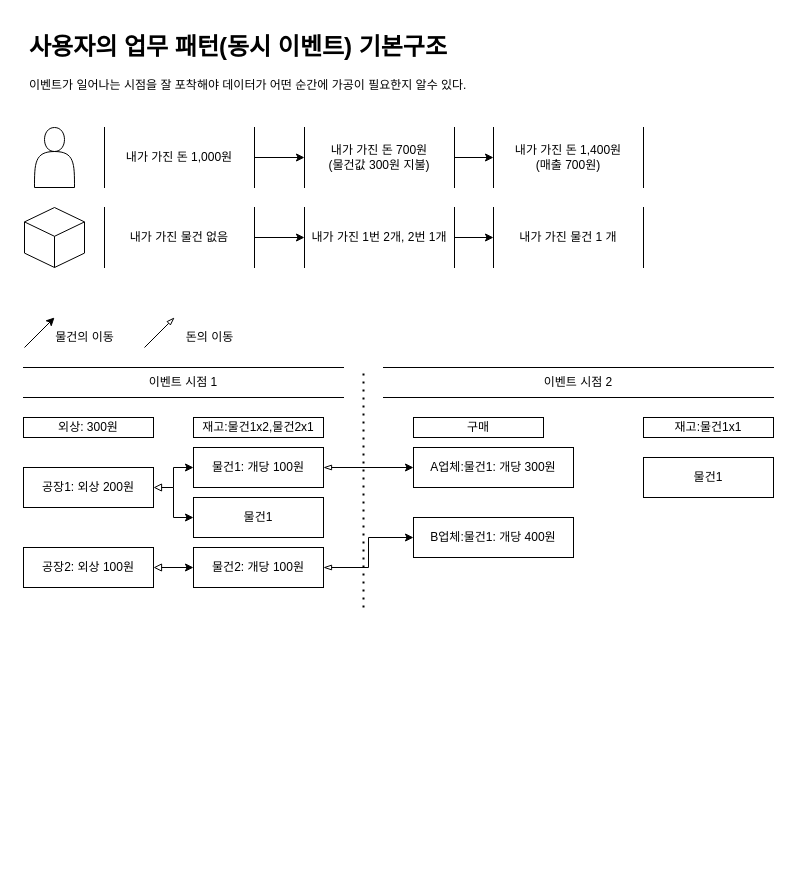
ndism/baco2 keeps this draw.io diagram as page "Page-2" (2 of 2) of git_바코플로우.drawio. Above is the earlier version. Source tidied: cells renumbered, new cells numbered last; positions are measured from the earlier drawing's top-left corner, leaving out a move shared by most shapes. Both pictures are drawn from the tidied source at 100%, with x=0, y=0 at pixel (23, 27).
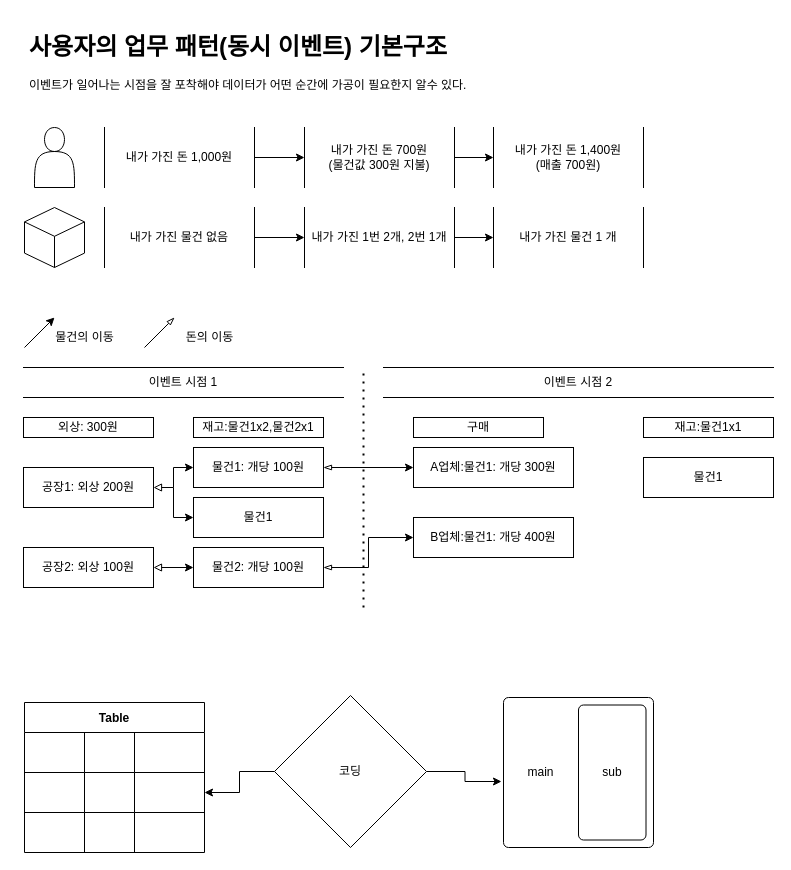
The same page after the edit.

Commit message:
Update git_바코플로우.drawio

Change to the diagram source:
```diff
@@
+    <mxCell id="40" value="Table" style="shape=table;startSize=30;childLayout=tableLayout;fontStyle=1;align=center;" parent="1" vertex="1">
+      <mxGeometry x="1" y="675" width="180" height="150" as="geometry" />
+    </mxCell>
+    <mxCell id="41" style="shape=partialRectangle;html=1;whiteSpace=wrap;fillColor=none;top=0;left=0;bottom=0;right=0;" parent="40" vertex="1">
+      <mxGeometry y="30" width="180" height="40" as="geometry" />
+    </mxCell>
+    <mxCell id="42" style="shape=partialRectangle;html=1;whiteSpace=wrap;fillColor=none;top=0;left=0;bottom=0;right=0;overflow=hidden;" parent="41" vertex="1">
+      <mxGeometry width="60" height="40" as="geometry" />
+    </mxCell>
+    <mxCell id="43" style="shape=partialRectangle;html=1;whiteSpace=wrap;fillColor=none;top=0;left=0;bottom=0;right=0;overflow=hidden;" parent="41" vertex="1">
+      <mxGeometry x="60" width="50" height="40" as="geometry" />
+    </mxCell>
+    <mxCell id="44" style="shape=partialRectangle;html=1;whiteSpace=wrap;fillColor=none;top=0;left=0;bottom=0;right=0;overflow=hidden;" parent="41" vertex="1">
+      <mxGeometry x="110" width="70" height="40" as="geometry" />
+    </mxCell>
+    <mxCell id="45" style="shape=partialRectangle;html=1;whiteSpace=wrap;fillColor=none;top=0;left=0;bottom=0;right=0;points=[[0,0.5],[1,0.5]];portConstraint=eastwest;" parent="40" vertex="1">
+      <mxGeometry y="70" width="180" height="40" as="geometry" />
+    </mxCell>
+    <mxCell id="46" style="shape=partialRectangle;html=1;whiteSpace=wrap;fillColor=none;top=0;left=0;bottom=0;right=0;overflow=hidden;" parent="45" vertex="1">
+      <mxGeometry width="60" height="40" as="geometry" />
+    </mxCell>
+    <mxCell id="47" style="shape=partialRectangle;html=1;whiteSpace=wrap;fillColor=none;top=0;left=0;bottom=0;right=0;overflow=hidden;" parent="45" vertex="1">
+      <mxGeometry x="60" width="50" height="40" as="geometry" />
+    </mxCell>
+    <mxCell id="48" style="shape=partialRectangle;html=1;whiteSpace=wrap;fillColor=none;top=0;left=0;bottom=0;right=0;overflow=hidden;" parent="45" vertex="1">
+      <mxGeometry x="110" width="70" height="40" as="geometry" />
+    </mxCell>
+    <mxCell id="49" style="shape=partialRectangle;html=1;whiteSpace=wrap;fillColor=none;top=0;left=0;bottom=0;right=0;" parent="40" vertex="1">
+      <mxGeometry y="110" width="180" height="40" as="geometry" />
+    </mxCell>
+    <mxCell id="50" style="shape=partialRectangle;html=1;whiteSpace=wrap;fillColor=none;top=0;left=0;bottom=0;right=0;overflow=hidden;" parent="49" vertex="1">
+      <mxGeometry width="60" height="40" as="geometry" />
+    </mxCell>
+    <mxCell id="51" style="shape=partialRectangle;html=1;whiteSpace=wrap;fillColor=none;top=0;left=0;bottom=0;right=0;overflow=hidden;" parent="49" vertex="1">
+      <mxGeometry x="60" width="50" height="40" as="geometry" />
+    </mxCell>
+    <mxCell id="52" style="shape=partialRectangle;html=1;whiteSpace=wrap;fillColor=none;top=0;left=0;bottom=0;right=0;overflow=hidden;" parent="49" vertex="1">
+      <mxGeometry x="110" width="70" height="40" as="geometry" />
+    </mxCell>
+    <mxCell id="53" style="rounded=1;absoluteArcSize=1;html=1;arcSize=10;" parent="1" vertex="1">
+      <mxGeometry x="480" y="670" width="150" height="150" as="geometry" />
+    </mxCell>
+    <mxCell id="54" value="main" style="html=1;shape=mxgraph.er.anchor;whiteSpace=wrap;" parent="53" vertex="1">
+      <mxGeometry width="75" height="150" as="geometry" />
+    </mxCell>
+    <mxCell id="55" value="sub" style="rounded=1;absoluteArcSize=1;html=1;arcSize=10;whiteSpace=wrap;strokeColor=inherit;fillColor=inherit;" parent="53" vertex="1">
+      <mxGeometry x="75" y="7.5" width="67.5" height="135" as="geometry" />
+    </mxCell>
+    <mxCell id="56" style="edgeStyle=orthogonalEdgeStyle;rounded=0;jettySize=auto;html=1;exitX=0;exitY=0.5;exitDx=0;exitDy=0;" parent="1" edge="1" source="58" target="45">
+      <mxGeometry relative="1" as="geometry" />
+    </mxCell>
+    <mxCell id="57" style="edgeStyle=orthogonalEdgeStyle;rounded=0;jettySize=auto;html=1;exitX=1;exitY=0.5;exitDx=0;exitDy=0;entryX=-0.027;entryY=0.56;entryDx=0;entryDy=0;entryPerimeter=0;" parent="1" edge="1" source="58" target="54">
+      <mxGeometry relative="1" as="geometry" />
+    </mxCell>
+    <mxCell id="58" value="코딩" style="rhombus;whiteSpace=wrap;html=1;" parent="1" vertex="1">
+      <mxGeometry x="251" y="668" width="152" height="152" as="geometry" />
+    </mxCell>
```
